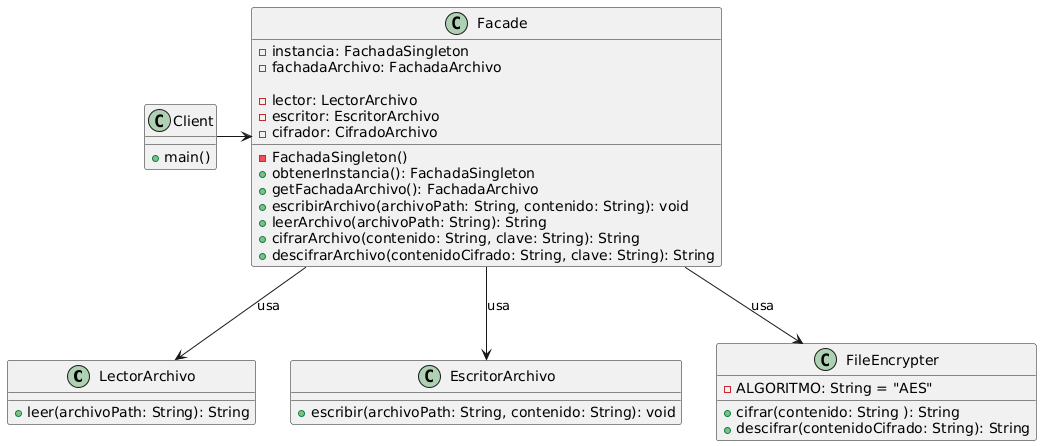
The PlantUML diagram diagramaFacade.png in lauraax/tareaFacade, before a commit. Source of this version:
```plantuml
@startuml
class LectorArchivo {
    + leer(archivoPath: String): String
}

class EscritorArchivo {
    + escribir(archivoPath: String, contenido: String): void
}

class FileEncrypter {
    - ALGORITMO: String = "AES"
    + cifrar(contenido: String ): String
    + descifrar(contenidoCifrado: String): String
}

class Facade {
    - instancia: FachadaSingleton
    - fachadaArchivo: FachadaArchivo
    - FachadaSingleton()
    + obtenerInstancia(): FachadaSingleton
    + getFachadaArchivo(): FachadaArchivo

    - lector: LectorArchivo
    - escritor: EscritorArchivo
    - cifrador: CifradoArchivo
    + escribirArchivo(archivoPath: String, contenido: String): void
    + leerArchivo(archivoPath: String): String
    + cifrarArchivo(contenido: String, clave: String): String
    + descifrarArchivo(contenidoCifrado: String, clave: String): String
}
class Client{
    + main()

}


Facade --> LectorArchivo : usa
Facade --> EscritorArchivo : usa
Facade --> FileEncrypter : usa
Client -> Facade
@enduml
```
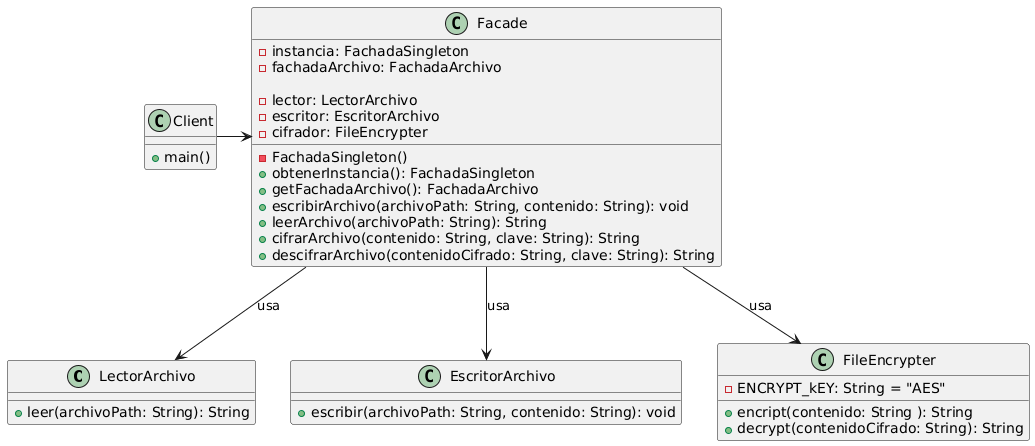
Later version of the same file.

The edit, as a diff of the source:
```diff
@@ -8,9 +8,9 @@
 }
 
 class FileEncrypter {
-    - ALGORITMO: String = "AES"
-    + cifrar(contenido: String ): String
-    + descifrar(contenidoCifrado: String): String
+    - ENCRYPT_kEY: String = "AES"
+    + encript(contenido: String ): String
+    + decrypt(contenidoCifrado: String): String
 }
 
 class Facade {
@@ -22,7 +22,7 @@
 
     - lector: LectorArchivo
     - escritor: EscritorArchivo
-    - cifrador: CifradoArchivo
+    - cifrador: FileEncrypter
     + escribirArchivo(archivoPath: String, contenido: String): void
     + leerArchivo(archivoPath: String): String
     + cifrarArchivo(contenido: String, clave: String): String
```
